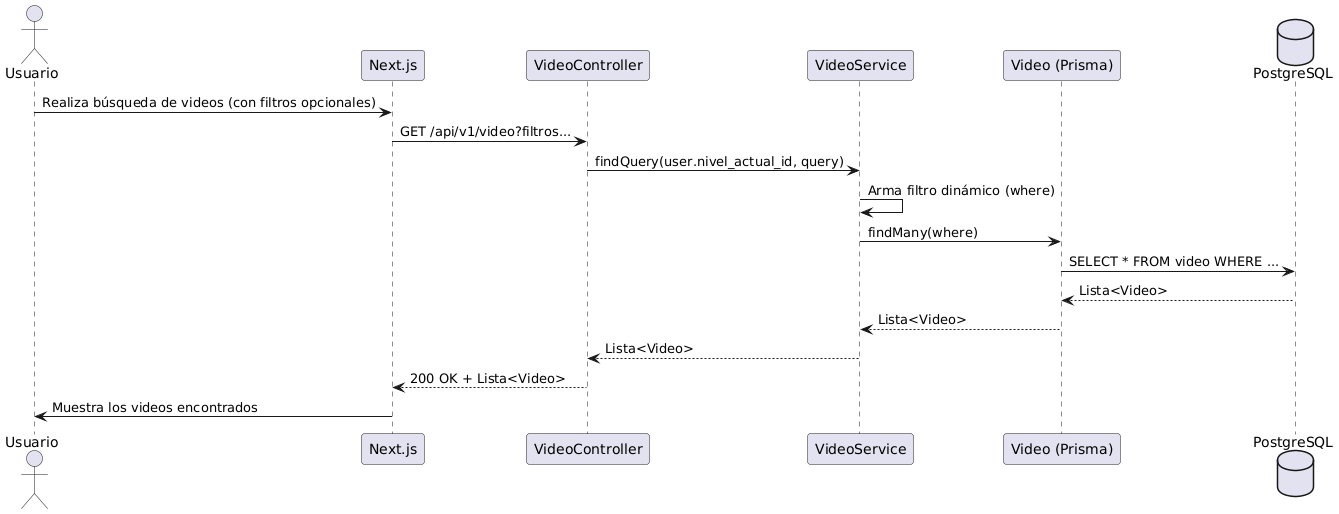
Gabriel-Baluzzo/vital-move-back keeps this PlantUML diagram as out/diagramas/dfGetVideos/VideoFilter.png. Above is the earlier version. The source it was exported from:
```plantuml
@startuml
actor Usuario
participant Next.js as Frontend
participant "VideoController" as Controller
participant "VideoService" as VideoService
participant "Video (Prisma)" as PrismaVideo
database PostgreSQL

Usuario -> Frontend : Realiza búsqueda de videos (con filtros opcionales)
Frontend -> Controller : GET /api/v1/video?filtros...
Controller -> VideoService : findQuery(user.nivel_actual_id, query)

VideoService -> VideoService : Arma filtro dinámico (where)
VideoService -> PrismaVideo : findMany(where)
PrismaVideo -> PostgreSQL : SELECT * FROM video WHERE ...
PostgreSQL --> PrismaVideo : Lista<Video>
PrismaVideo --> VideoService : Lista<Video>
VideoService --> Controller : Lista<Video>
Controller --> Frontend : 200 OK + Lista<Video>
Frontend -> Usuario : Muestra los videos encontrados
@enduml
```
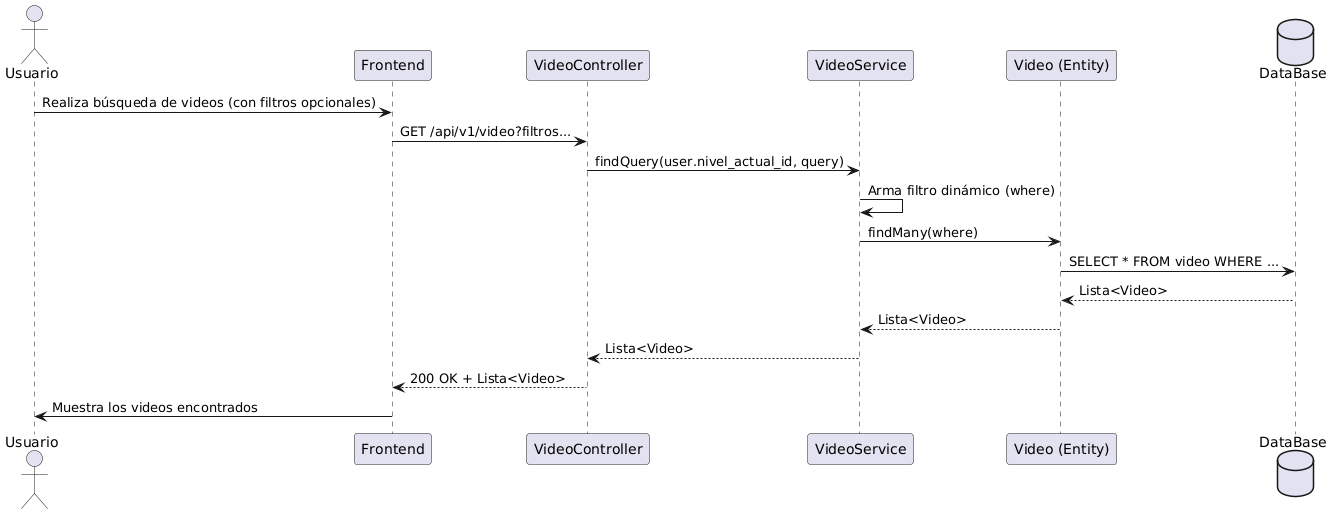
Above is the later version.

Commit message:
agrego diagramas restantes

Change to the diagram source:
```diff
@@ -1,10 +1,10 @@
 @startuml
 actor Usuario
-participant Next.js as Frontend
+participant Frontend as Frontend
 participant "VideoController" as Controller
 participant "VideoService" as VideoService
-participant "Video (Prisma)" as PrismaVideo
-database PostgreSQL
+participant "Video (Entity)" as PrismaVideo
+database DataBase
 
 Usuario -> Frontend : Realiza búsqueda de videos (con filtros opcionales)
 Frontend -> Controller : GET /api/v1/video?filtros...
@@ -12,8 +12,8 @@
 
 VideoService -> VideoService : Arma filtro dinámico (where)
 VideoService -> PrismaVideo : findMany(where)
-PrismaVideo -> PostgreSQL : SELECT * FROM video WHERE ...
-PostgreSQL --> PrismaVideo : Lista<Video>
+PrismaVideo -> DataBase : SELECT * FROM video WHERE ...
+DataBase --> PrismaVideo : Lista<Video>
 PrismaVideo --> VideoService : Lista<Video>
 VideoService --> Controller : Lista<Video>
 Controller --> Frontend : 200 OK + Lista<Video>
```
